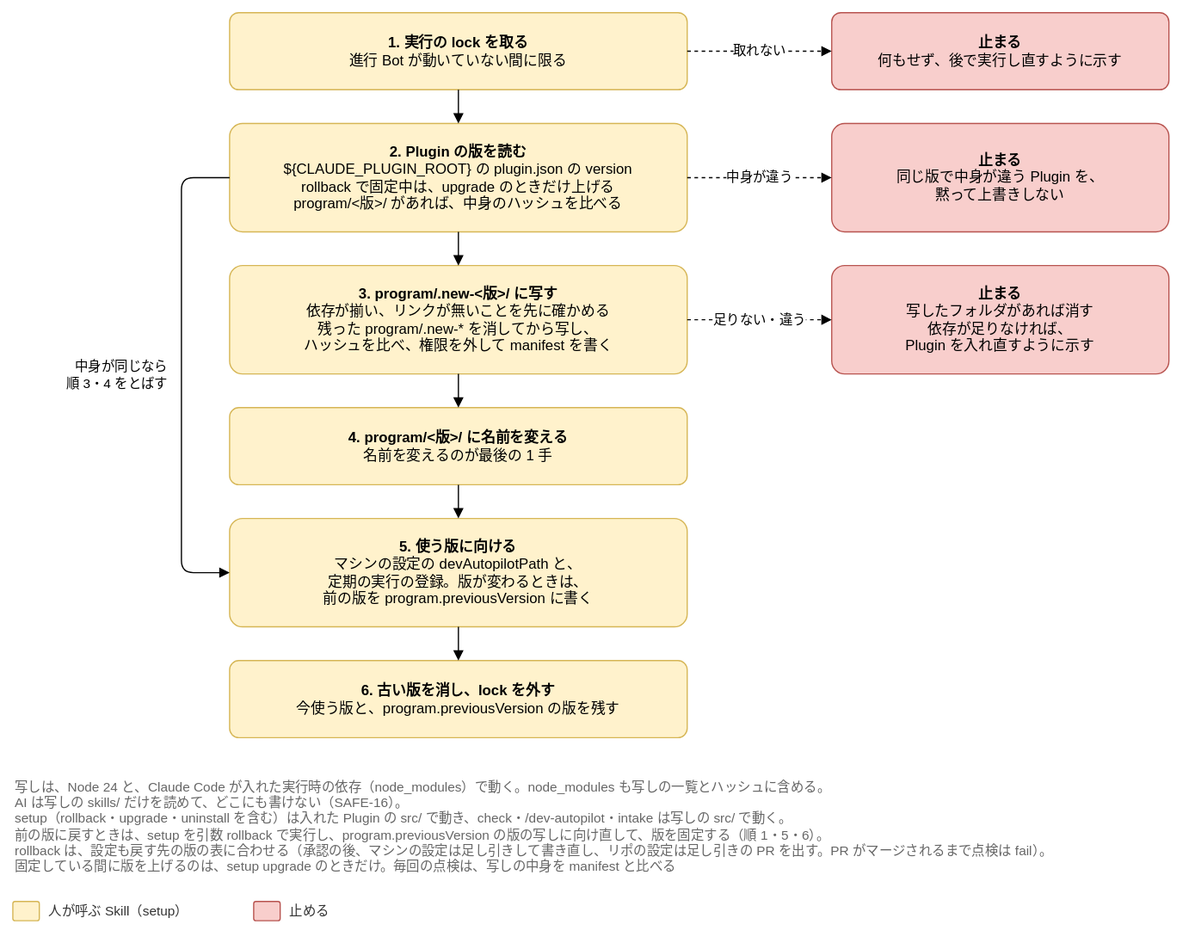
This is docs/design/basic/diagrams/04-program-copy.drawio.svg from Joymerrevent/dev-autopilot, a draw.io export, as it was before one commit. Source tidied: cells renumbered, new cells last; positions are measured from the earlier drawing's top-left corner, leaving out a move shared by most shapes.
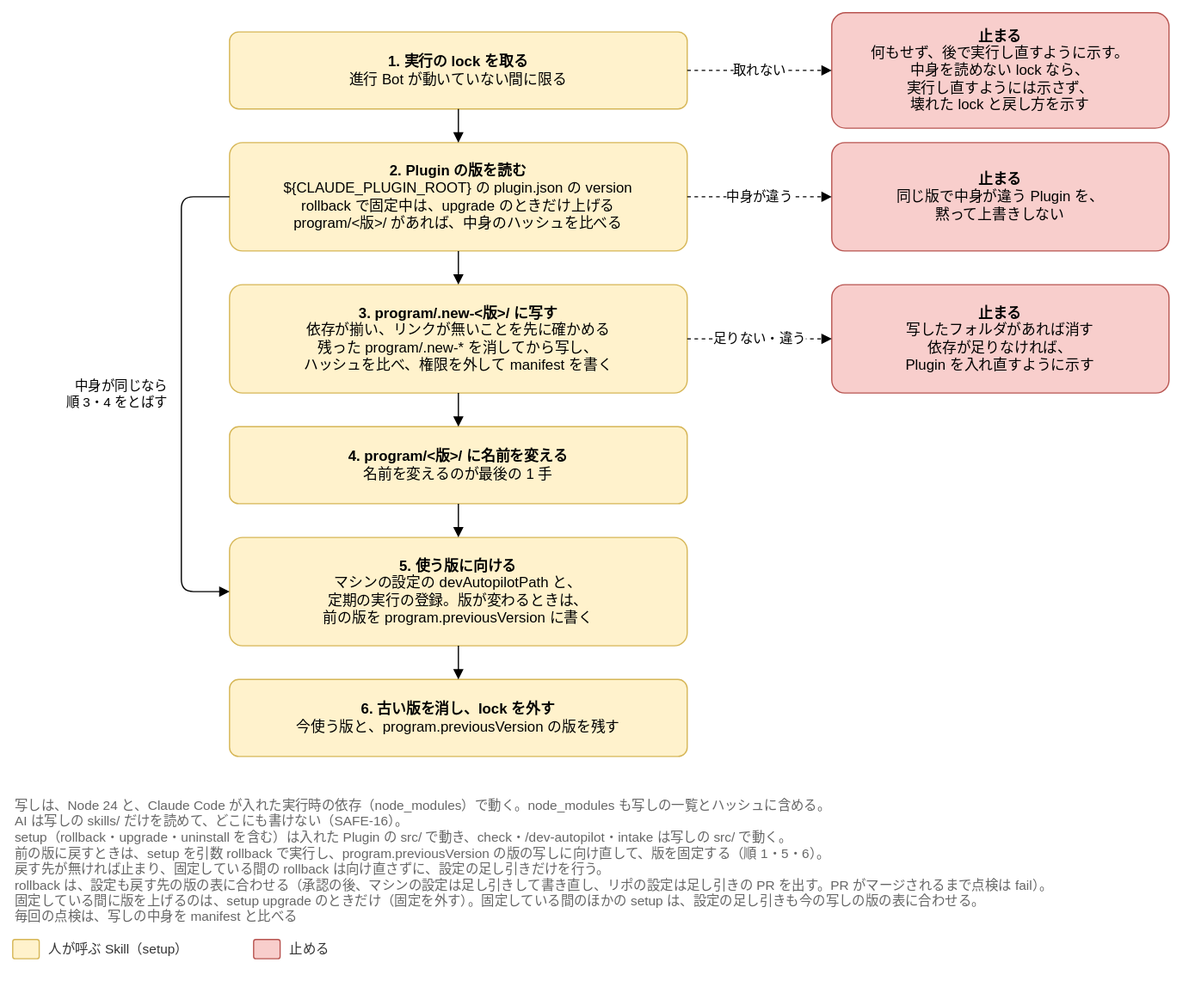
The same file after the commit.

Change to the diagram source:
```diff
@@ -35,8 +35,8 @@
     <mxCell id="12" style="edgeStyle=orthogonalEdgeStyle;rounded=1;html=1;endArrow=block;endFill=1;fontSize=11;labelBackgroundColor=#ffffff;exitX=0.5;exitY=1;exitDx=0;exitDy=0;entryX=0.5;entryY=0;entryDx=0;entryDy=0;" parent="1" edge="1" source="6" target="7">
       <mxGeometry relative="1" as="geometry" />
     </mxCell>
-    <mxCell id="13" value="&lt;b&gt;止まる&lt;/b&gt;&lt;br&gt;何もせず、後で実行し直すように示す" style="rounded=1;whiteSpace=wrap;html=1;fontSize=12;arcSize=12;spacing=12;fillColor=#f8cecc;strokeColor=#b85450;" parent="1" vertex="1">
-      <mxGeometry x="680" width="280" height="64" as="geometry" />
+    <mxCell id="13" value="&lt;b&gt;止まる&lt;/b&gt;&lt;br&gt;何もせず、後で実行し直すように示す。&lt;br&gt;中身を読めない lock なら、&lt;br&gt;実行し直すようには示さず、&lt;br&gt;壊れた lock と戻し方を示す" style="rounded=1;whiteSpace=wrap;html=1;fontSize=12;arcSize=12;spacing=12;fillColor=#f8cecc;strokeColor=#b85450;" parent="1" vertex="1">
+      <mxGeometry x="680" y="-16" width="280" height="96" as="geometry" />
     </mxCell>
     <mxCell id="14" value="&lt;b&gt;止まる&lt;/b&gt;&lt;br&gt;同じ版で中身が違う Plugin を、&lt;br&gt;黙って上書きしない" style="rounded=1;whiteSpace=wrap;html=1;fontSize=12;arcSize=12;spacing=12;fillColor=#f8cecc;strokeColor=#b85450;" parent="1" vertex="1">
       <mxGeometry x="680" y="92" width="280" height="90" as="geometry" />
@@ -64,20 +64,20 @@
     <mxCell id="20" value="中身が同じなら&lt;br&gt;順 3・4 をとばす" style="text;html=1;align=right;verticalAlign=middle;fontSize=11;" parent="1" vertex="1">
       <mxGeometry y="281" width="130" height="40" as="geometry" />
     </mxCell>
-    <mxCell id="21" value="写しは、Node 24 と、Claude Code が入れた実行時の依存（node_modules）で動く。node_modules も写しの一覧とハッシュに含める。&lt;br&gt;AI は写しの skills/ だけを読めて、どこにも書けない（SAFE-16）。&lt;br&gt;setup（rollback・upgrade・uninstall を含む）は入れた Plugin の src/ で動き、check・/dev-autopilot・intake は写しの src/ で動く。&lt;br&gt;前の版に戻すときは、setup を引数 rollback で実行し、program.previousVersion の版の写しに向け直して、版を固定する（順 1・5・6）。&lt;br&gt;rollback は、設定も戻す先の版の表に合わせる（承認の後、マシンの設定は足し引きして書き直し、リポの設定は足し引きの PR を出す。PR がマージされるまで点検は fail）。&lt;br&gt;固定している間に版を上げるのは、setup upgrade のときだけ。毎回の点検は、写しの中身を manifest と比べる" style="text;html=1;whiteSpace=wrap;align=left;verticalAlign=top;fontSize=11;fontColor=#666666;" parent="1" vertex="1">
-      <mxGeometry y="630" width="960" height="88" as="geometry" />
+    <mxCell id="21" value="写しは、Node 24 と、Claude Code が入れた実行時の依存（node_modules）で動く。node_modules も写しの一覧とハッシュに含める。&lt;br&gt;AI は写しの skills/ だけを読めて、どこにも書けない（SAFE-16）。&lt;br&gt;setup（rollback・upgrade・uninstall を含む）は入れた Plugin の src/ で動き、check・/dev-autopilot・intake は写しの src/ で動く。&lt;br&gt;前の版に戻すときは、setup を引数 rollback で実行し、program.previousVersion の版の写しに向け直して、版を固定する（順 1・5・6）。&lt;br&gt;戻す先が無ければ止まり、固定している間の rollback は向け直さずに、設定の足し引きだけを行う。&lt;br&gt;rollback は、設定も戻す先の版の表に合わせる（承認の後、マシンの設定は足し引きして書き直し、リポの設定は足し引きの PR を出す。PR がマージされるまで点検は fail）。&lt;br&gt;固定している間に版を上げるのは、setup upgrade のときだけ（固定を外す）。固定している間のほかの setup は、設定の足し引きも今の写しの版の表に合わせる。&lt;br&gt;毎回の点検は、写しの中身を manifest と比べる" style="text;html=1;whiteSpace=wrap;align=left;verticalAlign=top;fontSize=11;fontColor=#666666;" parent="1" vertex="1">
+      <mxGeometry y="630" width="960" height="112" as="geometry" />
     </mxCell>
     <mxCell id="22" style="rounded=1;whiteSpace=wrap;html=1;fontSize=12;arcSize=12;spacing=12;fillColor=#fff2cc;strokeColor=#d6b656;" parent="1" vertex="1">
-      <mxGeometry y="738" width="22" height="16" as="geometry" />
+      <mxGeometry y="754" width="22" height="16" as="geometry" />
     </mxCell>
     <mxCell id="23" value="人が呼ぶ Skill（setup）" style="text;html=1;align=left;verticalAlign=middle;fontSize=11;fontColor=#333333;" parent="1" vertex="1">
-      <mxGeometry x="28" y="736" width="156" height="20" as="geometry" />
+      <mxGeometry x="28" y="752" width="156" height="20" as="geometry" />
     </mxCell>
     <mxCell id="24" style="rounded=1;whiteSpace=wrap;html=1;fontSize=12;arcSize=12;spacing=12;fillColor=#f8cecc;strokeColor=#b85450;" parent="1" vertex="1">
-      <mxGeometry x="200" y="738" width="22" height="16" as="geometry" />
+      <mxGeometry x="200" y="754" width="22" height="16" as="geometry" />
     </mxCell>
     <mxCell id="25" value="止める" style="text;html=1;align=left;verticalAlign=middle;fontSize=11;fontColor=#333333;" parent="1" vertex="1">
-      <mxGeometry x="228" y="736" width="46" height="20" as="geometry" />
+      <mxGeometry x="228" y="752" width="46" height="20" as="geometry" />
     </mxCell>
   </root>
 </mxGraphModel>
```
